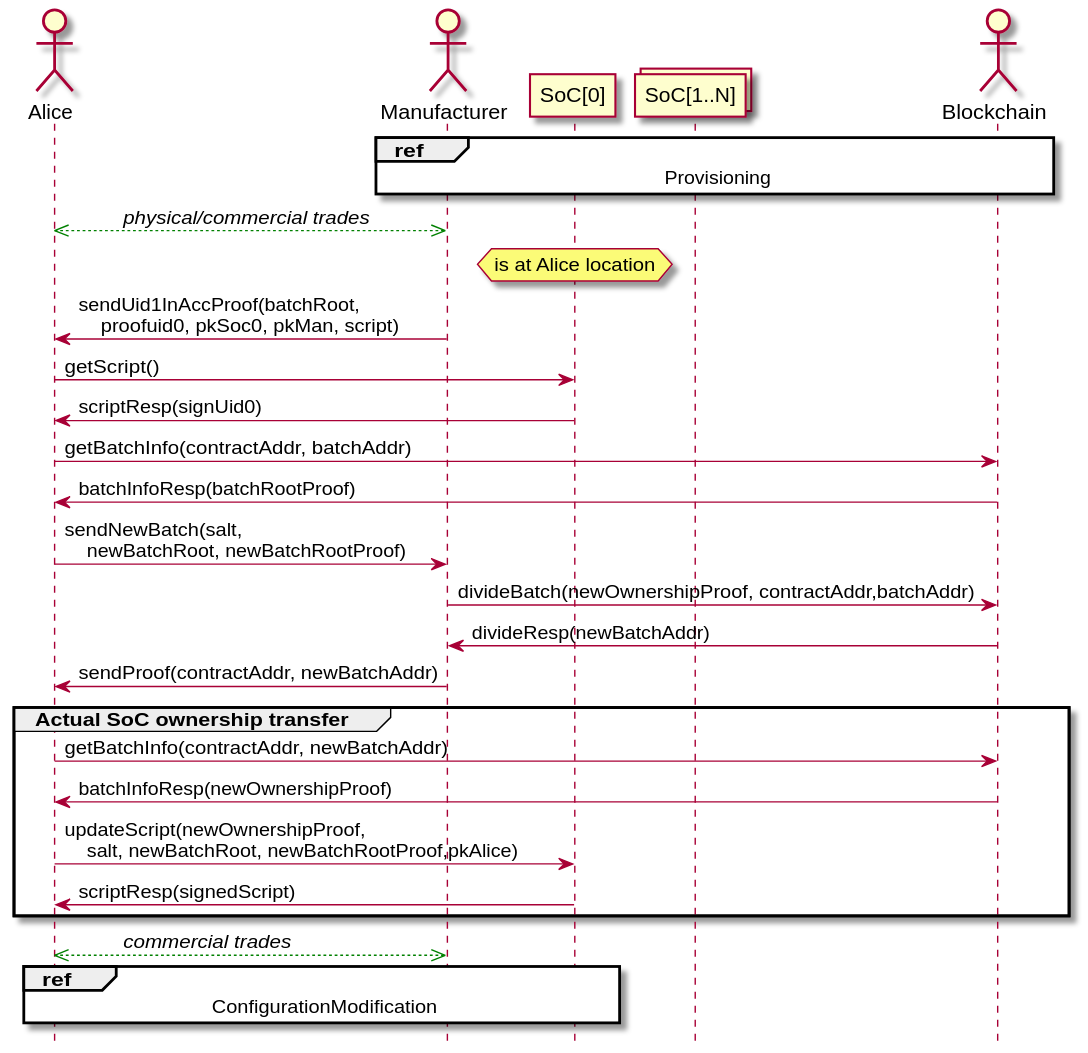
Before: figures/Protocol.svg, a diagram exported from PlantUML (meremST/LCMS_Models).
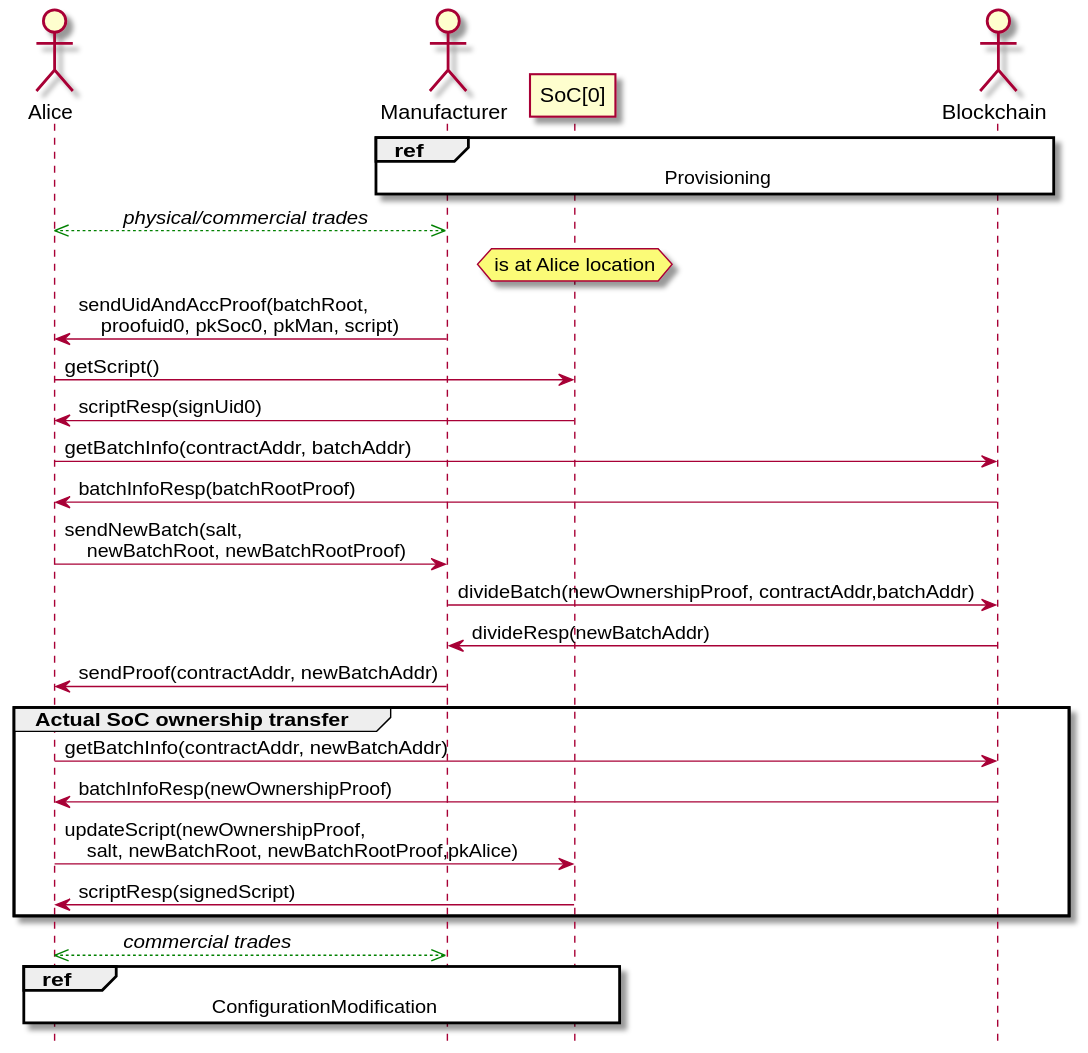
The same diagram one commit later.

Change to the diagram source:
```diff
@@ -1,25 +1,24 @@
-@startuml Protocol
+@startuml
 hide footbox
 
 actor Alice
 actor Manufacturer
-participant "SoC[0]" as SoC_1
-collections "SoC[1..N]" as SoC_N
+participant "SoC[0]" as SoC_0
 actor Blockchain
 
 ref over Manufacturer, Blockchain : Provisioning
 
 Alice <<-[#green]->> Manufacturer : //        physical/commercial trades//
 
-hnote over SoC_1
+hnote over SoC_0
  is at Alice location
 endhnote
 
-Manufacturer -> Alice : sendUid1InAccProof(batchRoot,\n    proofuid0, pkSoc0, pkMan, script)
+Manufacturer -> Alice : sendUidAndAccProof(batchRoot,\n    proofuid0, pkSoc0, pkMan, script)
 
-Alice -> SoC_1 : getScript()
+Alice -> SoC_0 : getScript()
 
-SoC_1 -> Alice : scriptResp(signUid0)
+SoC_0 -> Alice : scriptResp(signUid0)
 
 Alice -> Blockchain : getBatchInfo(contractAddr, batchAddr)
 Blockchain -> Alice : batchInfoResp(batchRootProof)
@@ -37,12 +36,12 @@
 Blockchain -> Alice : batchInfoResp(newOwnershipProof)
 
 
-Alice -> SoC_1: updateScript(newOwnershipProof,\n    salt, newBatchRoot, newBatchRootProof,pkAlice)
+Alice -> SoC_0: updateScript(newOwnershipProof,\n    salt, newBatchRoot, newBatchRootProof,pkAlice)
 
-SoC_1 -> Alice : scriptResp(signedScript)
+SoC_0 -> Alice : scriptResp(signedScript)
 end
 
 Alice <<-[#green]->> Manufacturer : //        commercial trades//
 
-ref over Alice, SoC_1 : ConfigurationModification
+ref over Alice, SoC_0 : ConfigurationModification
 @enduml
```
